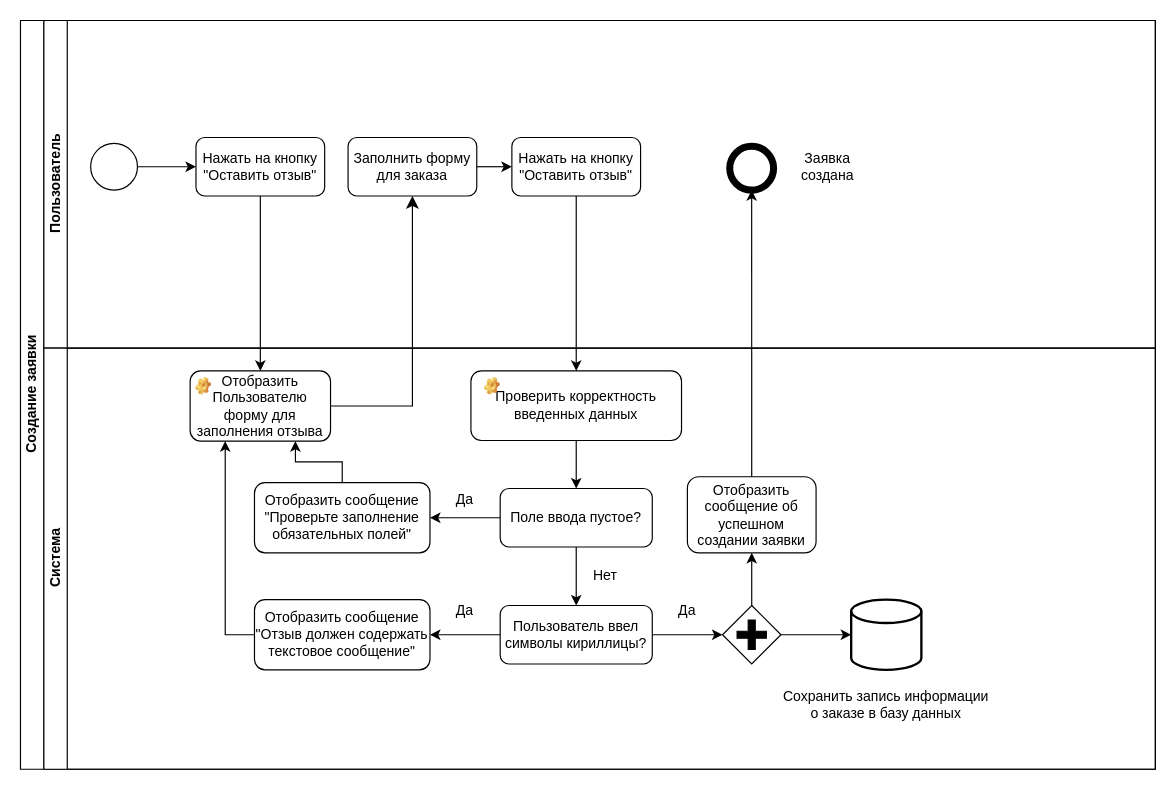
The draw.io diagram use case 2.drawio in pytonuserouner/UML_study, before the edit. Source tidied: cells renumbered, new cells numbered last; positions are measured from the earlier drawing's top-left corner, leaving out a move shared by most shapes. Both pictures are drawn from the tidied source at 117%, with x=0, y=0 at pixel (20, 20).
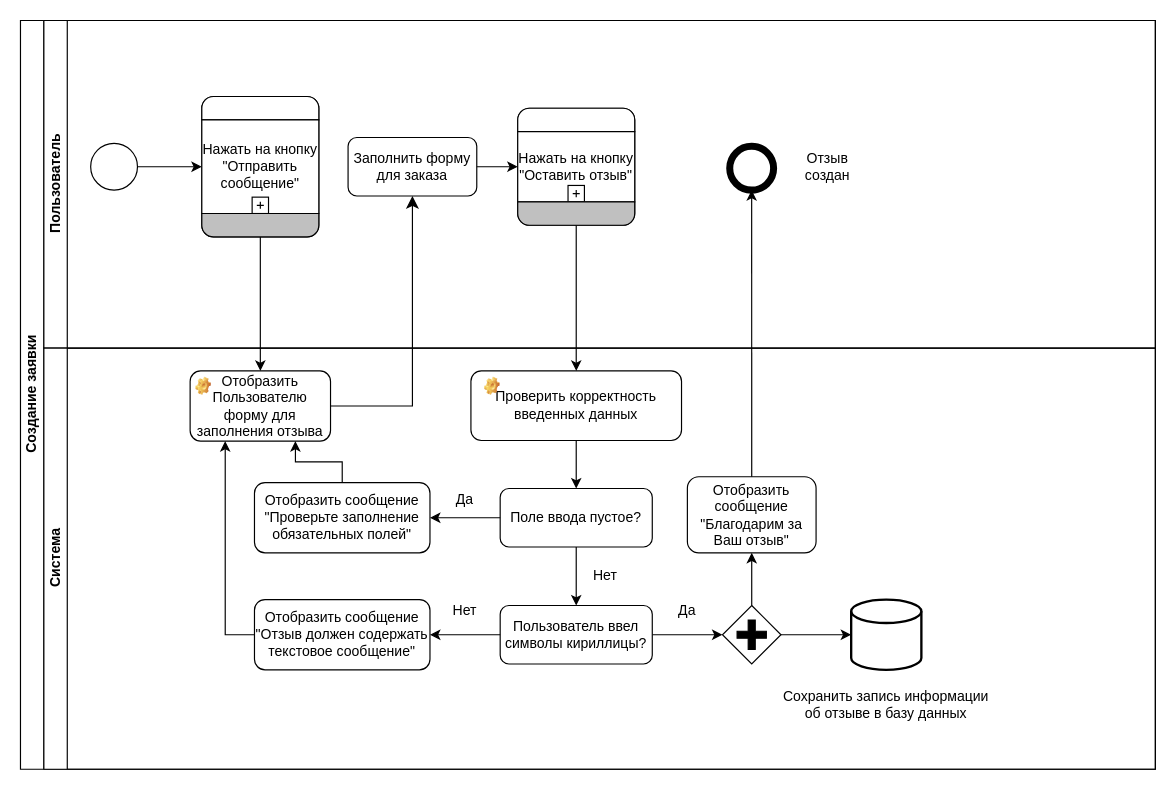
Above is the later version.

The change refers to these unchanged cells:
```xml
<mxCell id="2" value="Создание заявки" style="swimlane;html=1;horizontal=0;startSize=20;" parent="1" vertex="1">
  <mxGeometry width="970" height="640" as="geometry" />
</mxCell>
<mxCell id="3" value="Пользователь" style="swimlane;html=1;startSize=20;horizontal=0;" parent="2" vertex="1">
  <mxGeometry x="20" width="950" height="280" as="geometry" />
</mxCell>
<mxCell id="4" style="ellipse;whiteSpace=wrap;html=1;" parent="3" vertex="1">
  <mxGeometry x="40" y="105" width="40" height="40" as="geometry" />
</mxCell>
<mxCell id="7" value="Заполнить форму для заказа" style="rounded=1;whiteSpace=wrap;html=1;" parent="3" vertex="1">
  <mxGeometry x="260" y="100" width="110" height="50" as="geometry" />
</mxCell>
<mxCell id="14" value="Система" style="swimlane;html=1;startSize=20;horizontal=0;" parent="2" vertex="1">
  <mxGeometry x="20" y="280" width="950" height="360" as="geometry" />
</mxCell>
<mxCell id="15" value="Отобразить Пользователю форму для заполнения отзыва" style="rounded=1;whiteSpace=wrap;html=1;" parent="14" vertex="1">
  <mxGeometry x="125" y="19.5" width="120" height="60" as="geometry" />
</mxCell>
<mxCell id="20" value="Проверить корректность введенных данных" style="rounded=1;whiteSpace=wrap;html=1;" parent="14" vertex="1">
  <mxGeometry x="365" y="19.5" width="180" height="59.5" as="geometry" />
</mxCell>
```

Diff of the diagram source:
```diff
@@
-    <mxCell id="5" value="Нажать на кнопку &quot;Оставить отзыв&quot;" style="rounded=1;whiteSpace=wrap;html=1;" parent="3" vertex="1">
-      <mxGeometry x="130" y="100" width="110" height="50" as="geometry" />
-    </mxCell>
-    <mxCell id="6" style="endArrow=classic;html=1;rounded=0;exitX=1;exitY=0.5;exitDx=0;exitDy=0;entryX=0;entryY=0.5;entryDx=0;entryDy=0;" parent="3" edge="1" source="4" target="5">
+    <mxCell id="6" style="endArrow=classic;html=1;rounded=0;exitX=1;exitY=0.5;exitDx=0;exitDy=0;entryX=0;entryY=0.5;entryDx=0;entryDy=0;" parent="3" edge="1" source="4" target="42">
       <mxGeometry relative="1" as="geometry" />
     </mxCell>
@@
-    <mxCell id="9" value="Заявка создана" style="text;html=1;align=center;verticalAlign=middle;whiteSpace=wrap;rounded=0;" parent="3" vertex="1">
+    <mxCell id="9" value="Отзыв создан" style="text;html=1;align=center;verticalAlign=middle;whiteSpace=wrap;rounded=0;" parent="3" vertex="1">
       <mxGeometry x="640" y="110" width="60" height="30" as="geometry" />
     </mxCell>
-    <mxCell id="10" value="Нажать на кнопку &quot;Оставить отзыв&quot;" style="rounded=1;whiteSpace=wrap;html=1;" parent="3" vertex="1">
-      <mxGeometry x="400" y="100" width="110" height="50" as="geometry" />
-    </mxCell>
-    <mxCell id="11" style="endArrow=classic;html=1;rounded=0;exitX=1;exitY=0.5;exitDx=0;exitDy=0;entryX=0;entryY=0.5;entryDx=0;entryDy=0;" parent="3" edge="1" source="7" target="10">
+    <mxCell id="11" style="endArrow=classic;html=1;rounded=0;exitX=1;exitY=0.5;exitDx=0;exitDy=0;entryX=0;entryY=0.5;entryDx=0;entryDy=0;" parent="3" edge="1" source="7" target="46">
       <mxGeometry relative="1" as="geometry" />
     </mxCell>
+    <mxCell id="42" style="rounded=1;whiteSpace=wrap;html=1;absoluteArcSize=1;arcSize=20;horizontal=1;" parent="3" vertex="1">
+      <mxGeometry x="135" y="65" width="100" height="120" as="geometry" />
+    </mxCell>
+    <mxCell id="43" style="whiteSpace=wrap;html=1;shape=mxgraph.basic.rect;size=10;rectStyle=rounded;bottomRightStyle=square;bottomLeftStyle=square;" parent="42" vertex="1">
+      <mxGeometry width="100" height="20" as="geometry" />
+    </mxCell>
+    <mxCell id="44" value="Нажать на кнопку &quot;Отправить сообщение&quot;" style="shape=mxgraph.bpmn.task;arcSize=0;taskMarker=abstract;isLoopSub=1;whiteSpace=wrap;html=1;" parent="42" vertex="1">
+      <mxGeometry y="20" width="100" height="80" as="geometry" />
+    </mxCell>
+    <mxCell id="45" style="whiteSpace=wrap;html=1;shape=mxgraph.basic.rect;size=10;rectStyle=rounded;topRightStyle=square;topLeftStyle=square;fillColor=#C0C0C0;" parent="42" vertex="1">
+      <mxGeometry y="100" width="100" height="20" as="geometry" />
+    </mxCell>
+    <mxCell id="46" style="rounded=1;whiteSpace=wrap;html=1;absoluteArcSize=1;arcSize=20;horizontal=1;" parent="3" vertex="1">
+      <mxGeometry x="405" y="75" width="100" height="100" as="geometry" />
+    </mxCell>
+    <mxCell id="47" style="whiteSpace=wrap;html=1;shape=mxgraph.basic.rect;size=10;rectStyle=rounded;bottomRightStyle=square;bottomLeftStyle=square;" parent="46" vertex="1">
+      <mxGeometry width="100" height="20" as="geometry" />
+    </mxCell>
+    <mxCell id="48" value="Нажать на кнопку &quot;Оставить отзыв&quot;" style="shape=mxgraph.bpmn.task;arcSize=0;taskMarker=abstract;isLoopSub=1;whiteSpace=wrap;html=1;" parent="46" vertex="1">
+      <mxGeometry y="20" width="100" height="60" as="geometry" />
+    </mxCell>
+    <mxCell id="49" style="whiteSpace=wrap;html=1;shape=mxgraph.basic.rect;size=10;rectStyle=rounded;topRightStyle=square;topLeftStyle=square;fillColor=#C0C0C0;" parent="46" vertex="1">
+      <mxGeometry y="80" width="100" height="20" as="geometry" />
+    </mxCell>
-    <mxCell id="12" style="endArrow=classic;html=1;rounded=0;exitX=0.5;exitY=1;exitDx=0;exitDy=0;entryX=0.5;entryY=0;entryDx=0;entryDy=0;" parent="2" edge="1" source="5" target="15">
+    <mxCell id="12" style="endArrow=classic;html=1;rounded=0;exitX=0.5;exitY=1;exitDx=0;exitDy=0;entryX=0.5;entryY=0;entryDx=0;entryDy=0;" parent="2" edge="1" source="42" target="15">
       <mxGeometry relative="1" as="geometry" />
     </mxCell>
@@
-    <mxCell id="18" value="Сохранить запись информации о заказе в базу данных" style="text;html=1;align=center;verticalAlign=middle;whiteSpace=wrap;rounded=0;" parent="14" vertex="1">
+    <mxCell id="18" value="Сохранить запись информации об отзыве в базу данных" style="text;html=1;align=center;verticalAlign=middle;whiteSpace=wrap;rounded=0;" parent="14" vertex="1">
       <mxGeometry x="630" y="290" width="180" height="30" as="geometry" />
     </mxCell>
@@
-    <mxCell id="24" value="Да" style="text;html=1;align=center;verticalAlign=middle;whiteSpace=wrap;rounded=0;" parent="14" vertex="1">
+    <mxCell id="24" value="Нет" style="text;html=1;align=center;verticalAlign=middle;whiteSpace=wrap;rounded=0;" parent="14" vertex="1">
       <mxGeometry x="330" y="210" width="60" height="30" as="geometry" />
     </mxCell>
@@
-    <mxCell id="29" value="Отобразить сообщение об успешном создании заявки" style="rounded=1;whiteSpace=wrap;html=1;" parent="14" vertex="1">
+    <mxCell id="29" value="Отобразить сообщение &quot;Благодарим за Ваш отзыв&quot;" style="rounded=1;whiteSpace=wrap;html=1;" parent="14" vertex="1">
       <mxGeometry x="550" y="110" width="110" height="65" as="geometry" />
     </mxCell>
@@
-    <mxCell id="40" style="endArrow=classic;html=1;rounded=0;exitX=0.5;exitY=1;exitDx=0;exitDy=0;entryX=0.5;entryY=0;entryDx=0;entryDy=0;" parent="2" edge="1" source="10" target="20">
+    <mxCell id="40" style="endArrow=classic;html=1;rounded=0;exitX=0.5;exitY=1;exitDx=0;exitDy=0;entryX=0.5;entryY=0;entryDx=0;entryDy=0;" parent="2" edge="1" source="46" target="20">
       <mxGeometry relative="1" as="geometry" />
     </mxCell>
```
